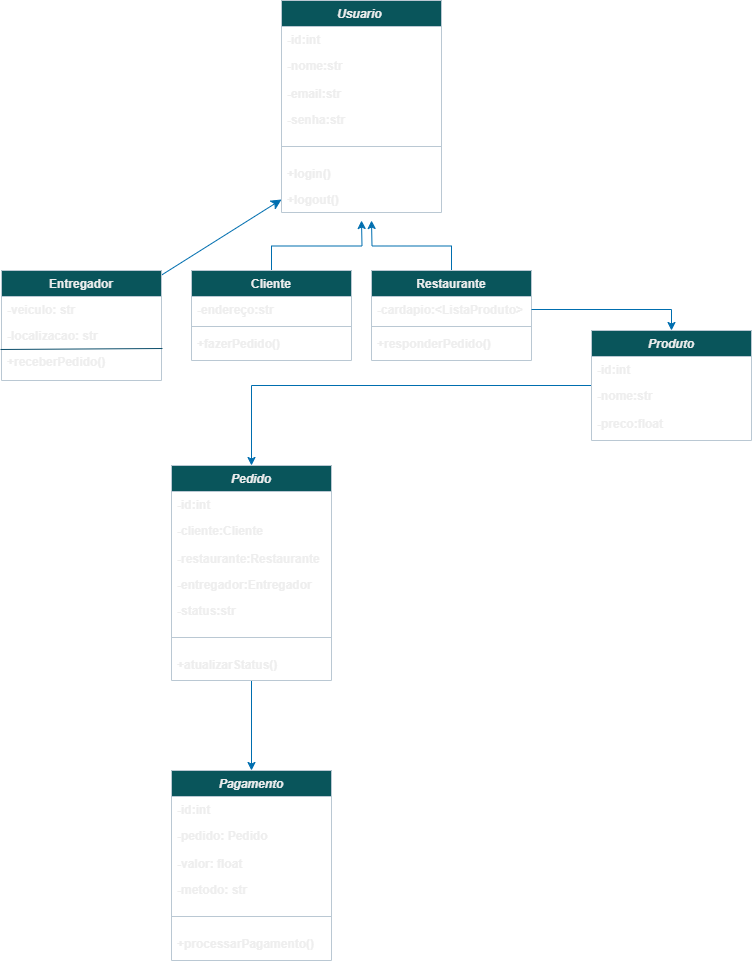
Earlier version of the draw.io export Diagrama de classes DSC.png (luisfelipesantiago/Diagrama-de-classes). Source tidied: cells renumbered, new cells last; positions are measured from the earlier drawing's top-left corner, leaving out a move shared by most shapes.
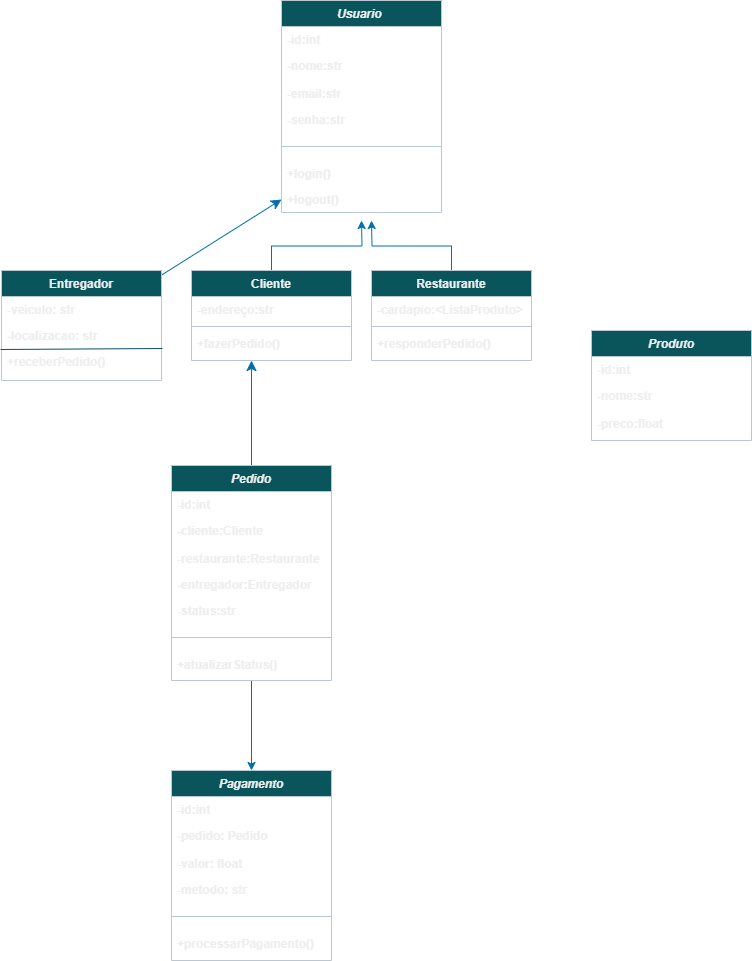
The same file after the commit.

Diff of the diagram source:
```diff
@@ -43,6 +43,12 @@
     <mxCell id="14" value="+fazerPedido()" style="text;align=left;verticalAlign=top;spacingLeft=4;spacingRight=4;overflow=hidden;labelBackgroundColor=none;fontColor=#EEEEEE;fontStyle=1;" parent="11" vertex="1">
       <mxGeometry y="60" width="160" height="26" as="geometry" />
     </mxCell>
+    <mxCell id="48" style="edgeStyle=none;curved=1;rounded=0;orthogonalLoop=1;jettySize=auto;html=1;fontSize=12;startSize=8;endSize=8;fillColor=#1ba1e2;strokeColor=#006EAF;" parent="11" edge="1">
+      <mxGeometry relative="1" as="geometry">
+        <mxPoint x="60" y="195" as="sourcePoint" />
+        <mxPoint x="60" y="90" as="targetPoint" />
+      </mxGeometry>
+    </mxCell>
     <mxCell id="15" style="edgeStyle=orthogonalEdgeStyle;rounded=0;jettySize=auto;html=1;labelBackgroundColor=none;strokeColor=#006EAF;fontColor=default;fontStyle=1;fillColor=#1ba1e2;" parent="1" edge="1" source="16">
       <mxGeometry relative="1" as="geometry">
         <mxPoint x="370" y="220" as="targetPoint" />
@@ -60,9 +66,6 @@
     <mxCell id="19" value="+responderPedido()" style="text;align=left;verticalAlign=top;spacingLeft=4;spacingRight=4;overflow=hidden;labelBackgroundColor=none;fontColor=#EEEEEE;fontStyle=1;" parent="16" vertex="1">
       <mxGeometry y="60" width="160" height="20" as="geometry" />
     </mxCell>
-    <mxCell id="20" style="edgeStyle=orthogonalEdgeStyle;rounded=0;jettySize=auto;html=1;entryX=0.5;entryY=0;entryDx=0;entryDy=0;labelBackgroundColor=none;strokeColor=#006EAF;fontColor=default;fontStyle=1;fillColor=#1ba1e2;" parent="1" edge="1" source="21" target="27">
-      <mxGeometry relative="1" as="geometry" />
-    </mxCell>
     <mxCell id="21" value="Produto" style="swimlane;fontStyle=3;align=center;verticalAlign=top;horizontal=1;startSize=26;rounded=0;shadow=0;strokeWidth=1;labelBackgroundColor=none;fillColor=#09555B;strokeColor=#BAC8D3;fontColor=#EEEEEE;" parent="1" vertex="1">
       <mxGeometry x="590" y="330" width="160" height="110" as="geometry" />
     </mxCell>
@@ -75,9 +78,6 @@
     <mxCell id="24" value="-preco:float" style="text;align=left;verticalAlign=top;spacingLeft=4;spacingRight=4;overflow=hidden;rounded=0;shadow=0;html=0;labelBackgroundColor=none;fontColor=#EEEEEE;fontStyle=1;" parent="21" vertex="1">
       <mxGeometry y="80" width="160" height="26" as="geometry" />
     </mxCell>
-    <mxCell id="25" style="edgeStyle=orthogonalEdgeStyle;rounded=0;jettySize=auto;html=1;exitX=1;exitY=0.5;exitDx=0;exitDy=0;entryX=0.5;entryY=0;entryDx=0;entryDy=0;labelBackgroundColor=none;strokeColor=#006EAF;fontColor=default;fontStyle=1;fillColor=#1ba1e2;" parent="1" edge="1" source="17" target="21">
-      <mxGeometry relative="1" as="geometry" />
-    </mxCell>
     <mxCell id="26" style="edgeStyle=orthogonalEdgeStyle;rounded=0;jettySize=auto;html=1;entryX=0.5;entryY=0;entryDx=0;entryDy=0;labelBackgroundColor=none;strokeColor=#006EAF;fontColor=default;fontStyle=1;fillColor=#1ba1e2;" parent="1" edge="1" source="27" target="35">
       <mxGeometry relative="1" as="geometry" />
     </mxCell>
```
